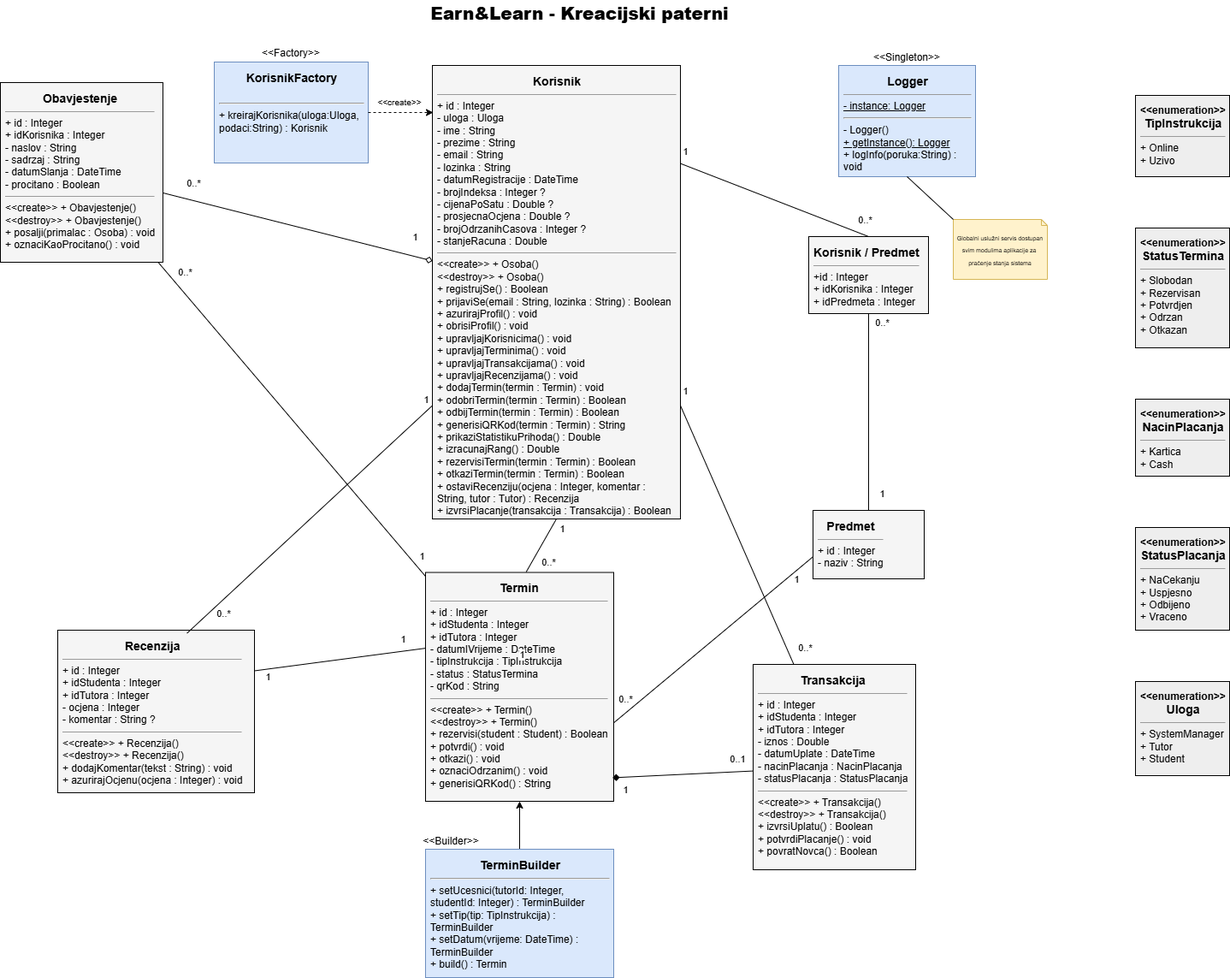
Above: Dokumentacija/Task 8 - Kreacijski paterni/DijagramKlasa+Kreacijski.png in ooad-2025-26/Grupa5-Tim3 (draw.io), before the change. Source tidied: cells renumbered, new cells last; positions are measured from the earlier drawing's top-left corner, leaving out a move shared by most shapes.
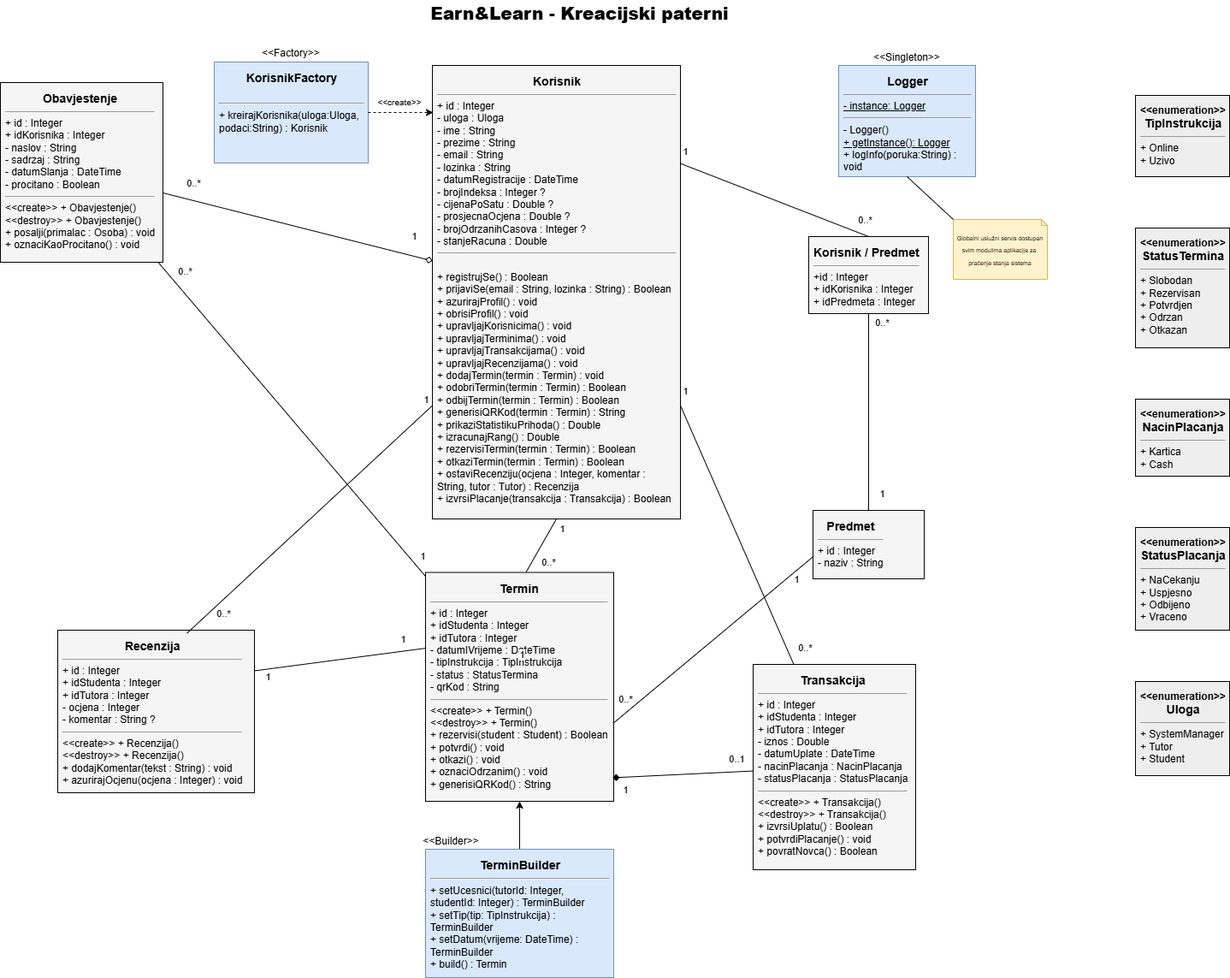
After the change.

Change to the diagram source:
```diff
@@ -2,7 +2,7 @@
   <root>
     <mxCell id="0" />
     <mxCell id="1" parent="0" />
-    <mxCell id="2" value="&lt;div style=&quot;text-align:center;font-weight:bold;font-size:14px&quot;&gt;Korisnik&lt;/div&gt;&lt;hr size=&quot;1&quot;&gt;+ id : Integer&lt;div&gt;- uloga : Uloga&lt;br&gt;&lt;div&gt;- ime : String&lt;br&gt;- prezime : String&lt;br&gt;- email : String&lt;br&gt;- lozinka : String&lt;br&gt;- datumRegistracije : DateTime&lt;div&gt;- brojIndeksa : Integer ?&lt;/div&gt;&lt;div&gt;- cijenaPoSatu : Double ?&lt;/div&gt;&lt;div&gt;- prosjecnaOcjena : Double ?&lt;/div&gt;&lt;div&gt;- brojOdrzanihCasova : Integer ?&lt;/div&gt;&lt;div&gt;- stanjeRacuna : Double&lt;br&gt;&lt;hr size=&quot;1&quot;&gt;&amp;lt;&amp;lt;create&amp;gt;&amp;gt; + Osoba()&lt;div&gt;&amp;lt;&amp;lt;destroy&amp;gt;&amp;gt; + Osoba()&lt;br&gt;&lt;div&gt;+ registrujSe() : Boolean&lt;br&gt;+ prijaviSe(email : String, lozinka : String) : Boolean&lt;br&gt;+ azurirajProfil() : void&lt;br&gt;+ obrisiProfil() : void&lt;br&gt;&lt;/div&gt;&lt;/div&gt;&lt;/div&gt;&lt;/div&gt;&lt;/div&gt;&lt;div&gt;+ upravljajKorisnicima() : void&lt;br&gt;+ upravljajTerminima() : void&lt;br&gt;+ upravljajTransakcijama() : void&lt;br&gt;+ upravljajRecenzijama() : void&lt;/div&gt;&lt;div&gt;+ dodajTermin(termin : Termin) : void&lt;br&gt;+ odobriTermin(termin : Termin) : Boolean&lt;br&gt;+ odbijTermin(termin : Termin) : Boolean&lt;br&gt;+ generisiQRKod(termin : Termin) : String&lt;br&gt;+ prikaziStatistikuPrihoda() : Double&lt;br&gt;+ izracunajRang() : Double&lt;/div&gt;&lt;div&gt;+ rezervisiTermin(termin : Termin) : Boolean&lt;br&gt;+ otkaziTermin(termin : Termin) : Boolean&lt;br&gt;+ ostaviRecenziju(ocjena : Integer, komentar : String, tutor : Tutor) : Recenzija&lt;br&gt;+ izvrsiPlacanje(transakcija : Transakcija) : Boolean&lt;/div&gt;" style="rounded=0;whiteSpace=wrap;html=1;fillColor=#f5f5f5;strokeColor=#000000;fontSize=12;align=left;verticalAlign=top;spacing=6;" parent="1" vertex="1">
+    <mxCell id="2" value="&lt;div style=&quot;text-align:center;font-weight:bold;font-size:14px&quot;&gt;Korisnik&lt;/div&gt;&lt;hr size=&quot;1&quot;&gt;+ id : Integer&lt;div&gt;- uloga : Uloga&lt;br&gt;&lt;div&gt;- ime : String&lt;br&gt;- prezime : String&lt;br&gt;- email : String&lt;br&gt;- lozinka : String&lt;br&gt;- datumRegistracije : DateTime&lt;div&gt;- brojIndeksa : Integer ?&lt;/div&gt;&lt;div&gt;- cijenaPoSatu : Double ?&lt;/div&gt;&lt;div&gt;- prosjecnaOcjena : Double ?&lt;/div&gt;&lt;div&gt;- brojOdrzanihCasova : Integer ?&lt;/div&gt;&lt;div&gt;- stanjeRacuna : Double&lt;br&gt;&lt;hr size=&quot;1&quot;&gt;&lt;div&gt;&lt;br&gt;&lt;div&gt;+ registrujSe() : Boolean&lt;br&gt;+ prijaviSe(email : String, lozinka : String) : Boolean&lt;br&gt;+ azurirajProfil() : void&lt;br&gt;+ obrisiProfil() : void&lt;br&gt;&lt;/div&gt;&lt;/div&gt;&lt;/div&gt;&lt;/div&gt;&lt;/div&gt;&lt;div&gt;+ upravljajKorisnicima() : void&lt;br&gt;+ upravljajTerminima() : void&lt;br&gt;+ upravljajTransakcijama() : void&lt;br&gt;+ upravljajRecenzijama() : void&lt;/div&gt;&lt;div&gt;+ dodajTermin(termin : Termin) : void&lt;br&gt;+ odobriTermin(termin : Termin) : Boolean&lt;br&gt;+ odbijTermin(termin : Termin) : Boolean&lt;br&gt;+ generisiQRKod(termin : Termin) : String&lt;br&gt;+ prikaziStatistikuPrihoda() : Double&lt;br&gt;+ izracunajRang() : Double&lt;/div&gt;&lt;div&gt;+ rezervisiTermin(termin : Termin) : Boolean&lt;br&gt;+ otkaziTermin(termin : Termin) : Boolean&lt;br&gt;+ ostaviRecenziju(ocjena : Integer, komentar : String, tutor : Tutor) : Recenzija&lt;br&gt;+ izvrsiPlacanje(transakcija : Transakcija) : Boolean&lt;/div&gt;" style="rounded=0;whiteSpace=wrap;html=1;fillColor=#f5f5f5;strokeColor=#000000;fontSize=12;align=left;verticalAlign=top;spacing=6;" parent="1" vertex="1">
       <mxGeometry x="505" y="76" width="290" height="530" as="geometry" />
     </mxCell>
     <mxCell id="3" value="&lt;div style=&quot;text-align:center;font-weight:bold;font-size:14px&quot;&gt;Obavjestenje&lt;/div&gt;&lt;hr size=&quot;1&quot;&gt;+ id : Integer&lt;div&gt;+ idKorisnika : Integer&lt;br&gt;&lt;div&gt;- naslov : String&lt;br&gt;- sadrzaj : String&lt;br&gt;- datumSlanja : DateTime&lt;br&gt;- procitano : Boolean&lt;br&gt;&lt;hr size=&quot;1&quot;&gt;&amp;lt;&amp;lt;create&amp;gt;&amp;gt; + Obavjestenje()&lt;div&gt;&amp;lt;&amp;lt;destroy&amp;gt;&amp;gt; + Obavjestenje()&lt;br&gt;&lt;div&gt;+ posalji(primalac : Osoba) : void&lt;br&gt;+ oznaciKaoProcitano() : void&lt;/div&gt;&lt;/div&gt;&lt;/div&gt;&lt;/div&gt;" style="rounded=0;whiteSpace=wrap;html=1;fillColor=#f5f5f5;strokeColor=#000000;fontSize=12;align=left;verticalAlign=top;spacing=6;" parent="1" vertex="1">
```
